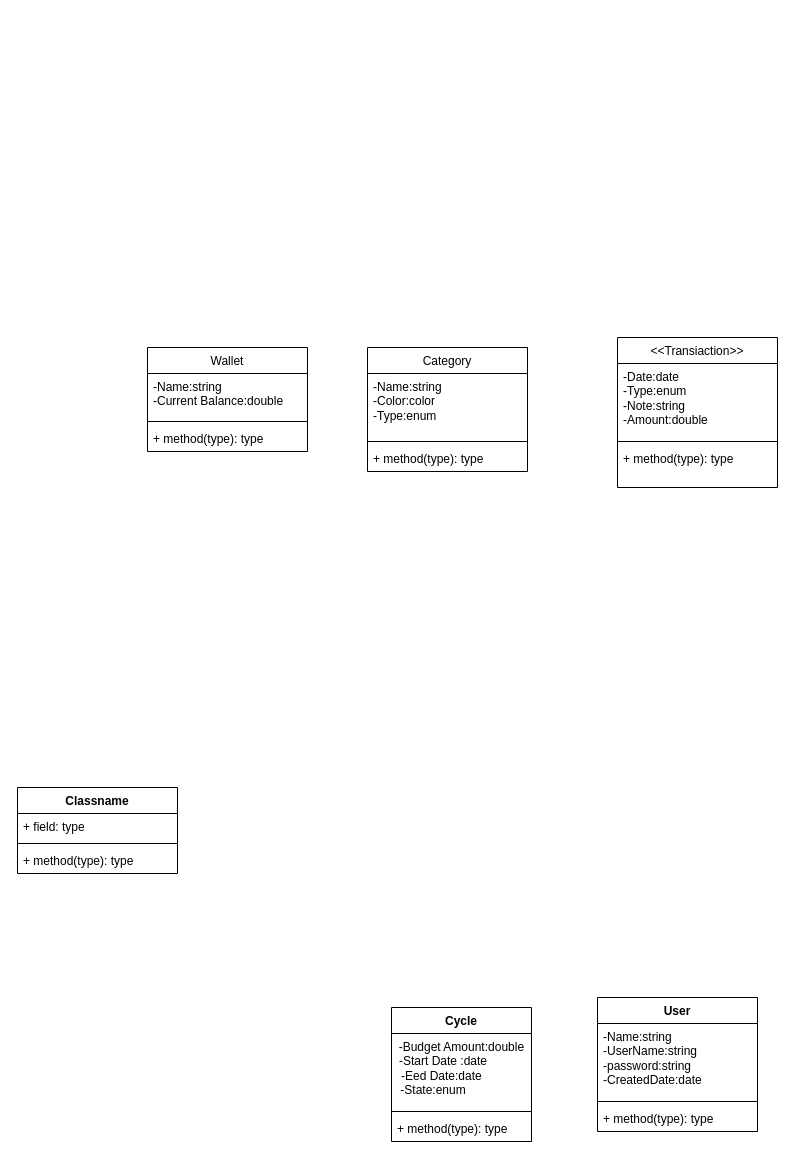
Above: UML/Untitled Diagram.drawio in Eng-Ahmed-Shawareb/Spenderman (draw.io), before the change. Source tidied: cells renumbered, new cells numbered last; positions are measured from the earlier drawing's top-left corner, leaving out a move shared by most shapes. Both pictures are drawn from the tidied source at 100%, with x=0, y=0 at pixel (17, 337).
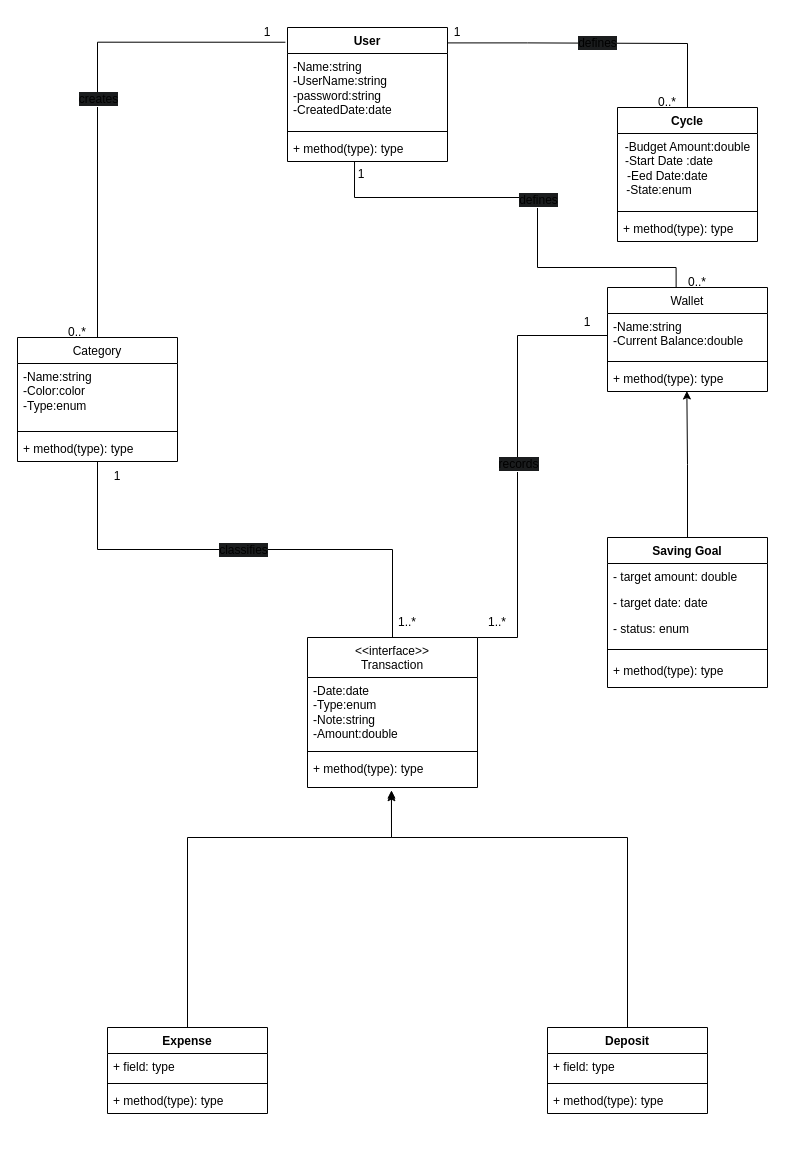
After the change.

Commit message:
New commit : edit class diagram

Unchanged cells that the change refers to:
```xml
<mxCell id="13" value="+ method(type): type" style="text;strokeColor=none;fillColor=none;align=left;verticalAlign=top;spacingLeft=4;spacingRight=4;overflow=hidden;points=[[0,0.5],[1,0.5]];portConstraint=eastwest;whiteSpace=wrap;html=1;" parent="10" vertex="1">
  <mxGeometry y="108" width="160" height="26" as="geometry" />
</mxCell>
<mxCell id="15" value="-Name:string&lt;br&gt;-Current Balance:double&lt;div&gt;&lt;br/&gt;&lt;/div&gt;" style="text;strokeColor=none;fillColor=none;align=left;verticalAlign=top;spacingLeft=4;spacingRight=4;overflow=hidden;points=[[0,0.5],[1,0.5]];portConstraint=eastwest;whiteSpace=wrap;html=1;" parent="14" vertex="1">
  <mxGeometry y="26" width="160" height="44" as="geometry" />
</mxCell>
<mxCell id="17" value="+ method(type): type" style="text;strokeColor=none;fillColor=none;align=left;verticalAlign=top;spacingLeft=4;spacingRight=4;overflow=hidden;points=[[0,0.5],[1,0.5]];portConstraint=eastwest;whiteSpace=wrap;html=1;" parent="14" vertex="1">
  <mxGeometry y="78" width="160" height="26" as="geometry" />
</mxCell>
```

The edit, as a diff of the source:
```diff
@@
-    <mxCell id="2" value="&lt;span style=&quot;font-weight: 400;&quot;&gt;&amp;lt;&amp;lt;Transiaction&amp;gt;&amp;gt;&lt;/span&gt;" style="swimlane;fontStyle=1;align=center;verticalAlign=top;horizontal=1;startSize=26;whiteSpace=wrap;html=1;" parent="1" vertex="1">
-      <mxGeometry x="600" width="160" height="150" as="geometry" />
+    <mxCell id="2" value="&lt;span style=&quot;font-weight: 400;&quot;&gt;&amp;lt;&amp;lt;interface&amp;gt;&amp;gt;&lt;/span&gt;&lt;div&gt;&lt;span style=&quot;font-weight: 400;&quot;&gt;Transaction&lt;/span&gt;&lt;/div&gt;" style="swimlane;fontStyle=1;align=center;verticalAlign=top;horizontal=1;startSize=40;whiteSpace=wrap;html=1;" parent="1" vertex="1">
+      <mxGeometry x="290" y="300" width="170" height="150" as="geometry" />
     </mxCell>
     <mxCell id="3" value="-Date:date&lt;br&gt;-Type:enum&lt;br&gt;-Note:string&lt;br&gt;-Amount:double" style="text;strokeColor=none;fillColor=none;align=left;verticalAlign=top;spacingLeft=4;spacingRight=4;overflow=hidden;whiteSpace=wrap;html=1;" parent="2" vertex="1">
-      <mxGeometry y="26" width="160" height="74" as="geometry" />
+      <mxGeometry y="40" width="170" height="70" as="geometry" />
     </mxCell>
     <mxCell id="4" style="line;strokeWidth=1;fillColor=none;align=left;verticalAlign=middle;spacingTop=-1;spacingLeft=3;spacingRight=3;labelPosition=right;strokeColor=inherit;" parent="2" vertex="1">
-      <mxGeometry y="100" width="160" height="8" as="geometry" />
+      <mxGeometry y="110" width="170" height="8" as="geometry" />
     </mxCell>
     <mxCell id="5" value="+ method(type): type" style="text;strokeColor=none;fillColor=none;align=left;verticalAlign=top;spacingLeft=4;spacingRight=4;overflow=hidden;points=[[0,0.5],[1,0.5]];portConstraint=eastwest;whiteSpace=wrap;html=1;" parent="2" vertex="1">
-      <mxGeometry y="108" width="160" height="42" as="geometry" />
+      <mxGeometry y="118" width="170" height="32" as="geometry" />
     </mxCell>
     <mxCell id="6" value="&lt;span style=&quot;font-weight: 400;&quot;&gt;Category&lt;/span&gt;" style="swimlane;fontStyle=1;align=center;verticalAlign=top;horizontal=1;startSize=26;whiteSpace=wrap;html=1;" parent="1" vertex="1">
-      <mxGeometry x="350" y="10" width="160" height="124" as="geometry" />
+      <mxGeometry width="160" height="124" as="geometry" />
     </mxCell>
@@
     <mxCell id="10" value="User" style="swimlane;fontStyle=1;align=center;verticalAlign=top;horizontal=1;startSize=26;whiteSpace=wrap;html=1;" parent="1" vertex="1">
-      <mxGeometry x="580" y="660" width="160" height="134" as="geometry" />
+      <mxGeometry x="270" y="-310" width="160" height="134" as="geometry" />
     </mxCell>
@@
     <mxCell id="14" value="&lt;span style=&quot;font-weight: 400;&quot;&gt;Wallet&lt;/span&gt;" style="swimlane;fontStyle=1;align=center;verticalAlign=top;horizontal=1;startSize=26;whiteSpace=wrap;html=1;" parent="1" vertex="1">
-      <mxGeometry x="130" y="10" width="160" height="104" as="geometry" />
+      <mxGeometry x="590" y="-50" width="160" height="104" as="geometry" />
     </mxCell>
@@
     <mxCell id="18" value="Cycle" style="swimlane;fontStyle=1;align=center;verticalAlign=top;horizontal=1;startSize=26;whiteSpace=wrap;html=1;" parent="1" vertex="1">
-      <mxGeometry x="374" y="670" width="140" height="134" as="geometry" />
+      <mxGeometry x="600" y="-230" width="140" height="134" as="geometry" />
     </mxCell>
@@
-    <mxCell id="22" value="Classname" style="swimlane;fontStyle=1;align=center;verticalAlign=top;horizontal=1;startSize=26;whiteSpace=wrap;html=1;" parent="1" vertex="1">
-      <mxGeometry y="450" width="160" height="86" as="geometry" />
-    </mxCell>
-    <mxCell id="23" value="+ field: type" style="text;strokeColor=none;fillColor=none;align=left;verticalAlign=top;spacingLeft=4;spacingRight=4;overflow=hidden;whiteSpace=wrap;html=1;" parent="22" vertex="1">
-      <mxGeometry y="26" width="160" height="26" as="geometry" />
-    </mxCell>
-    <mxCell id="24" style="line;strokeWidth=1;fillColor=none;align=left;verticalAlign=middle;spacingTop=-1;spacingLeft=3;spacingRight=3;labelPosition=right;strokeColor=inherit;" parent="22" vertex="1">
-      <mxGeometry y="52" width="160" height="8" as="geometry" />
-    </mxCell>
-    <mxCell id="25" value="+ method(type): type" style="text;strokeColor=none;fillColor=none;align=left;verticalAlign=top;spacingLeft=4;spacingRight=4;overflow=hidden;whiteSpace=wrap;html=1;" parent="22" vertex="1">
-      <mxGeometry y="60" width="160" height="26" as="geometry" />
-    </mxCell>
+    <mxCell id="26" value="Deposit" style="swimlane;fontStyle=1;align=center;verticalAlign=top;horizontal=1;startSize=26;whiteSpace=wrap;html=1;" parent="1" vertex="1">
+      <mxGeometry x="530" y="690" width="160" height="86" as="geometry" />
+    </mxCell>
+    <mxCell id="27" value="+ field: type" style="text;strokeColor=none;fillColor=none;align=left;verticalAlign=top;spacingLeft=4;spacingRight=4;overflow=hidden;whiteSpace=wrap;html=1;" parent="26" vertex="1">
+      <mxGeometry y="26" width="160" height="26" as="geometry" />
+    </mxCell>
+    <mxCell id="28" style="line;strokeWidth=1;fillColor=none;align=left;verticalAlign=middle;spacingTop=-1;spacingLeft=3;spacingRight=3;labelPosition=right;strokeColor=inherit;" parent="26" vertex="1">
+      <mxGeometry y="52" width="160" height="8" as="geometry" />
+    </mxCell>
+    <mxCell id="29" value="+ method(type): type" style="text;strokeColor=none;fillColor=none;align=left;verticalAlign=top;spacingLeft=4;spacingRight=4;overflow=hidden;whiteSpace=wrap;html=1;" parent="26" vertex="1">
+      <mxGeometry y="60" width="160" height="26" as="geometry" />
+    </mxCell>
+    <mxCell id="30" value="Expense" style="swimlane;fontStyle=1;align=center;verticalAlign=top;horizontal=1;startSize=26;whiteSpace=wrap;html=1;" parent="1" vertex="1">
+      <mxGeometry x="90" y="690" width="160" height="86" as="geometry" />
+    </mxCell>
+    <mxCell id="31" value="+ field: type" style="text;strokeColor=none;fillColor=none;align=left;verticalAlign=top;spacingLeft=4;spacingRight=4;overflow=hidden;whiteSpace=wrap;html=1;" parent="30" vertex="1">
+      <mxGeometry y="26" width="160" height="26" as="geometry" />
+    </mxCell>
+    <mxCell id="32" style="line;strokeWidth=1;fillColor=none;align=left;verticalAlign=middle;spacingTop=-1;spacingLeft=3;spacingRight=3;labelPosition=right;strokeColor=inherit;" parent="30" vertex="1">
+      <mxGeometry y="52" width="160" height="8" as="geometry" />
+    </mxCell>
+    <mxCell id="33" value="+ method(type): type" style="text;strokeColor=none;fillColor=none;align=left;verticalAlign=top;spacingLeft=4;spacingRight=4;overflow=hidden;whiteSpace=wrap;html=1;" parent="30" vertex="1">
+      <mxGeometry y="60" width="160" height="26" as="geometry" />
+    </mxCell>
+    <mxCell id="34" value="Saving Goal" style="swimlane;fontStyle=1;align=center;verticalAlign=top;horizontal=1;startSize=26;whiteSpace=wrap;html=1;" parent="1" vertex="1">
+      <mxGeometry x="590" y="200" width="160" height="150" as="geometry" />
+    </mxCell>
+    <mxCell id="35" value="- target amount: double" style="text;strokeColor=none;fillColor=none;align=left;verticalAlign=top;spacingLeft=4;spacingRight=4;overflow=hidden;whiteSpace=wrap;html=1;" parent="34" vertex="1">
+      <mxGeometry y="26" width="160" height="26" as="geometry" />
+    </mxCell>
+    <mxCell id="36" value="- target date: date" style="text;strokeColor=none;fillColor=none;align=left;verticalAlign=top;spacingLeft=4;spacingRight=4;overflow=hidden;whiteSpace=wrap;html=1;" parent="34" vertex="1">
+      <mxGeometry y="52" width="160" height="26" as="geometry" />
+    </mxCell>
+    <mxCell id="37" value="- status: enum" style="text;strokeColor=none;fillColor=none;align=left;verticalAlign=top;spacingLeft=4;spacingRight=4;overflow=hidden;whiteSpace=wrap;html=1;" parent="34" vertex="1">
+      <mxGeometry y="78" width="160" height="26" as="geometry" />
+    </mxCell>
+    <mxCell id="38" style="line;strokeWidth=1;fillColor=none;align=left;verticalAlign=middle;spacingTop=-1;spacingLeft=3;spacingRight=3;labelPosition=right;strokeColor=inherit;" parent="34" vertex="1">
+      <mxGeometry y="104" width="160" height="16" as="geometry" />
+    </mxCell>
+    <mxCell id="39" value="+ method(type): type" style="text;strokeColor=none;fillColor=none;align=left;verticalAlign=top;spacingLeft=4;spacingRight=4;overflow=hidden;whiteSpace=wrap;html=1;" parent="34" vertex="1">
+      <mxGeometry y="120" width="160" height="30" as="geometry" />
+    </mxCell>
+    <mxCell id="40" style="edgeStyle=orthogonalEdgeStyle;rounded=0;jettySize=auto;html=1;exitX=0.5;exitY=0;exitDx=0;exitDy=0;entryX=0.494;entryY=1.164;entryDx=0;entryDy=0;entryPerimeter=0;" parent="1" edge="1" source="30" target="5">
+      <mxGeometry relative="1" as="geometry">
+        <Array as="points">
+          <mxPoint x="170" y="500" />
+          <mxPoint x="374" y="500" />
+        </Array>
+      </mxGeometry>
+    </mxCell>
+    <mxCell id="41" style="edgeStyle=orthogonalEdgeStyle;rounded=0;jettySize=auto;html=1;exitX=0.5;exitY=0;exitDx=0;exitDy=0;entryX=0.494;entryY=1.086;entryDx=0;entryDy=0;entryPerimeter=0;" parent="1" edge="1" source="26" target="5">
+      <mxGeometry relative="1" as="geometry">
+        <Array as="points">
+          <mxPoint x="610" y="500" />
+          <mxPoint x="374" y="500" />
+        </Array>
+      </mxGeometry>
+    </mxCell>
+    <mxCell id="42" style="edgeStyle=orthogonalEdgeStyle;rounded=0;jettySize=auto;html=1;entryX=0.496;entryY=0.98;entryDx=0;entryDy=0;entryPerimeter=0;" parent="1" edge="1" source="34" target="17">
+      <mxGeometry relative="1" as="geometry" />
+    </mxCell>
+    <mxCell id="43" style="endArrow=none;html=1;edgeStyle=orthogonalEdgeStyle;rounded=0;entryX=0.5;entryY=0;entryDx=0;entryDy=0;exitX=0.5;exitY=1;exitDx=0;exitDy=0;" parent="1" edge="1" source="6" target="2">
+      <mxGeometry relative="1" as="geometry" />
+    </mxCell>
+    <mxCell id="44" value="&lt;span style=&quot;font-size: 12px; text-wrap-mode: wrap; background-color: rgb(27, 29, 30);&quot;&gt;classifies&lt;/span&gt;" style="edgeLabel;html=1;align=center;verticalAlign=middle;" parent="43" vertex="1">
+      <mxGeometry x="-0.01" relative="1" as="geometry" />
+    </mxCell>
+    <mxCell id="45" value="1..*" style="text;html=1;whiteSpace=wrap;strokeColor=none;fillColor=none;align=center;verticalAlign=middle;rounded=0;" parent="1" vertex="1">
+      <mxGeometry x="360" y="270" width="60" height="30" as="geometry" />
+    </mxCell>
+    <mxCell id="46" value="1" style="text;html=1;whiteSpace=wrap;strokeColor=none;fillColor=none;align=center;verticalAlign=middle;rounded=0;" parent="1" vertex="1">
+      <mxGeometry x="70" y="124" width="60" height="30" as="geometry" />
+    </mxCell>
+    <mxCell id="47" style="endArrow=none;html=1;edgeStyle=orthogonalEdgeStyle;rounded=0;entryX=0;entryY=0.5;entryDx=0;entryDy=0;exitX=1;exitY=0;exitDx=0;exitDy=0;" parent="1" edge="1" source="2" target="15">
+      <mxGeometry relative="1" as="geometry">
+        <Array as="points">
+          <mxPoint x="500" y="300" />
+          <mxPoint x="500" y="-2" />
+        </Array>
+      </mxGeometry>
+    </mxCell>
+    <mxCell id="48" value="&lt;span style=&quot;font-size: 12px; text-wrap-mode: wrap; background-color: rgb(27, 29, 30);&quot;&gt;records&lt;/span&gt;" style="edgeLabel;html=1;align=center;verticalAlign=middle;" parent="47" vertex="1">
+      <mxGeometry x="-0.01" relative="1" as="geometry" />
+    </mxCell>
+    <mxCell id="49" value="1" style="text;html=1;whiteSpace=wrap;strokeColor=none;fillColor=none;align=center;verticalAlign=middle;rounded=0;" parent="1" vertex="1">
+      <mxGeometry x="540" y="-30" width="60" height="30" as="geometry" />
+    </mxCell>
+    <mxCell id="50" value="1..*" style="text;html=1;whiteSpace=wrap;strokeColor=none;fillColor=none;align=center;verticalAlign=middle;rounded=0;" parent="1" vertex="1">
+      <mxGeometry x="450" y="270" width="60" height="30" as="geometry" />
+    </mxCell>
+    <mxCell id="51" style="endArrow=none;html=1;edgeStyle=orthogonalEdgeStyle;rounded=0;entryX=0.5;entryY=0;entryDx=0;entryDy=0;exitX=1;exitY=0.115;exitDx=0;exitDy=0;exitPerimeter=0;" parent="1" edge="1" source="10" target="18">
+      <mxGeometry relative="1" as="geometry">
+        <Array as="points">
+          <mxPoint x="510" y="-295" />
+          <mxPoint x="670" y="-294" />
+        </Array>
+      </mxGeometry>
+    </mxCell>
+    <mxCell id="52" value="&lt;span style=&quot;font-size: 12px; text-wrap-mode: wrap; background-color: rgb(27, 29, 30);&quot;&gt;defines&lt;/span&gt;" style="edgeLabel;html=1;align=center;verticalAlign=middle;" parent="51" vertex="1">
+      <mxGeometry x="-0.01" relative="1" as="geometry" />
+    </mxCell>
+    <mxCell id="53" value="1" style="text;html=1;whiteSpace=wrap;strokeColor=none;fillColor=none;align=center;verticalAlign=middle;rounded=0;" parent="1" vertex="1">
+      <mxGeometry x="410" y="-320" width="60" height="30" as="geometry" />
+    </mxCell>
+    <mxCell id="54" value="0..*" style="text;html=1;whiteSpace=wrap;strokeColor=none;fillColor=none;align=center;verticalAlign=middle;rounded=0;" parent="1" vertex="1">
+      <mxGeometry x="620" y="-250" width="60" height="30" as="geometry" />
+    </mxCell>
+    <mxCell id="55" style="endArrow=none;html=1;edgeStyle=orthogonalEdgeStyle;rounded=0;entryX=0.429;entryY=0;entryDx=0;entryDy=0;entryPerimeter=0;exitX=0.419;exitY=0.999;exitDx=0;exitDy=0;exitPerimeter=0;" parent="1" edge="1" source="13" target="14">
+      <mxGeometry relative="1" as="geometry">
+        <Array as="points">
+          <mxPoint x="337" y="-140" />
+          <mxPoint x="520" y="-140" />
+          <mxPoint x="520" y="-70" />
+          <mxPoint x="659" y="-70" />
+        </Array>
+      </mxGeometry>
+    </mxCell>
+    <mxCell id="56" value="&lt;span style=&quot;font-size: 12px; text-wrap-mode: wrap; background-color: rgb(27, 29, 30);&quot;&gt;defines&lt;/span&gt;" style="edgeLabel;html=1;align=center;verticalAlign=middle;" parent="55" vertex="1">
+      <mxGeometry x="-0.01" relative="1" as="geometry" />
+    </mxCell>
+    <mxCell id="57" value="0..*" style="text;html=1;whiteSpace=wrap;strokeColor=none;fillColor=none;align=center;verticalAlign=middle;rounded=0;" parent="1" vertex="1">
+      <mxGeometry x="650" y="-70" width="60" height="30" as="geometry" />
+    </mxCell>
+    <mxCell id="58" value="1" style="text;html=1;whiteSpace=wrap;strokeColor=none;fillColor=none;align=center;verticalAlign=middle;rounded=0;" parent="1" vertex="1">
+      <mxGeometry x="314" y="-178" width="60" height="30" as="geometry" />
+    </mxCell>
+    <mxCell id="59" style="endArrow=none;html=1;edgeStyle=orthogonalEdgeStyle;rounded=0;entryX=-0.013;entryY=0.11;entryDx=0;entryDy=0;exitX=0.5;exitY=0;exitDx=0;exitDy=0;entryPerimeter=0;" parent="1" edge="1" source="6" target="10">
+      <mxGeometry relative="1" as="geometry">
+        <Array as="points">
+          <mxPoint x="80" y="-295" />
+        </Array>
+      </mxGeometry>
+    </mxCell>
+    <mxCell id="60" value="&lt;span style=&quot;font-size: 12px; text-wrap-mode: wrap; background-color: rgb(27, 29, 30);&quot;&gt;creates&lt;/span&gt;" style="edgeLabel;html=1;align=center;verticalAlign=middle;" parent="59" vertex="1">
+      <mxGeometry x="-0.01" relative="1" as="geometry" />
+    </mxCell>
+    <mxCell id="61" value="1" style="text;html=1;whiteSpace=wrap;strokeColor=none;fillColor=none;align=center;verticalAlign=middle;rounded=0;" parent="1" vertex="1">
+      <mxGeometry x="220" y="-320" width="60" height="30" as="geometry" />
+    </mxCell>
+    <mxCell id="62" value="0..*" style="text;html=1;whiteSpace=wrap;strokeColor=none;fillColor=none;align=center;verticalAlign=middle;rounded=0;" parent="1" vertex="1">
+      <mxGeometry x="30" y="-20" width="60" height="30" as="geometry" />
+    </mxCell>
```
